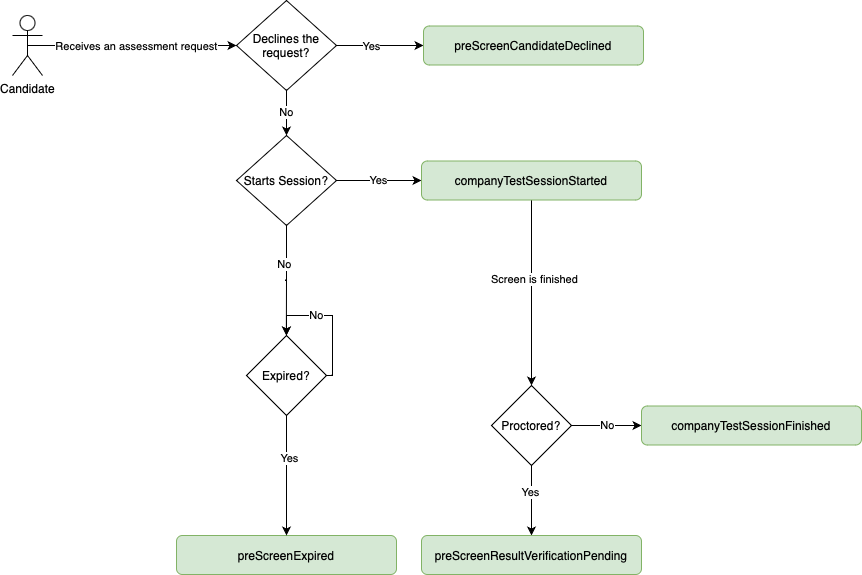
Before: docs/images/candidate-events.png, a diagram exported from draw.io (CodeSignal/developer-docs). Source tidied: cells renumbered, new cells last; positions are measured from the earlier drawing's top-left corner, leaving out a move shared by most shapes.
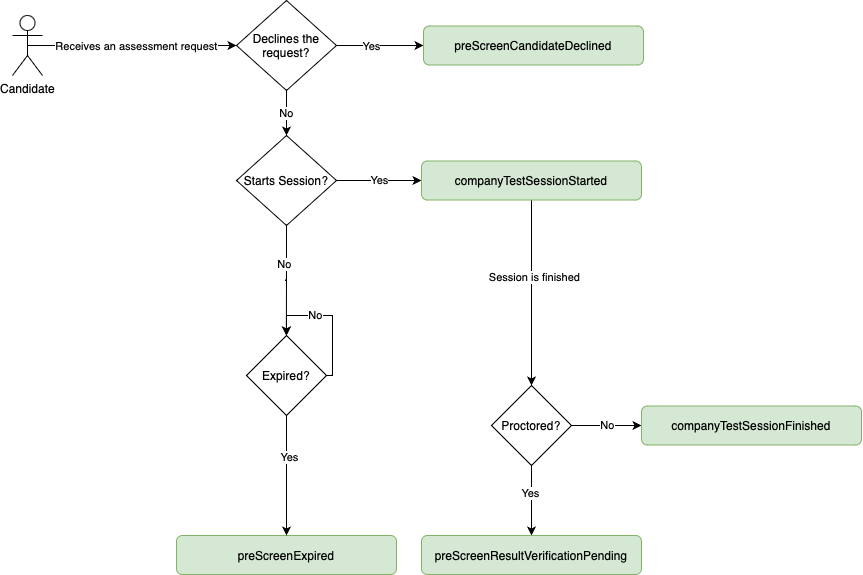
After the commit.

Commit message:
Changed screen in candidate image.

What changed in the source:
```diff
@@ -47,7 +47,7 @@
     <mxCell id="14" style="edgeStyle=orthogonalEdgeStyle;rounded=0;jettySize=auto;html=1;exitX=0.5;exitY=1;exitDx=0;exitDy=0;entryX=0.5;entryY=0;entryDx=0;entryDy=0;" parent="1" edge="1" source="16" target="20">
       <mxGeometry relative="1" as="geometry" />
     </mxCell>
-    <mxCell id="15" value="Screen is finished" style="edgeLabel;html=1;align=center;verticalAlign=middle;" parent="14" vertex="1">
+    <mxCell id="15" value="Session is finished" style="edgeLabel;html=1;align=center;verticalAlign=middle;" parent="14" vertex="1">
       <mxGeometry x="-0.16" y="2" relative="1" as="geometry" />
     </mxCell>
     <mxCell id="16" value="companyTestSessionStarted" style="rounded=1;whiteSpace=wrap;html=1;fillColor=#d5e8d4;strokeColor=#82b366;" parent="1" vertex="1">
```
